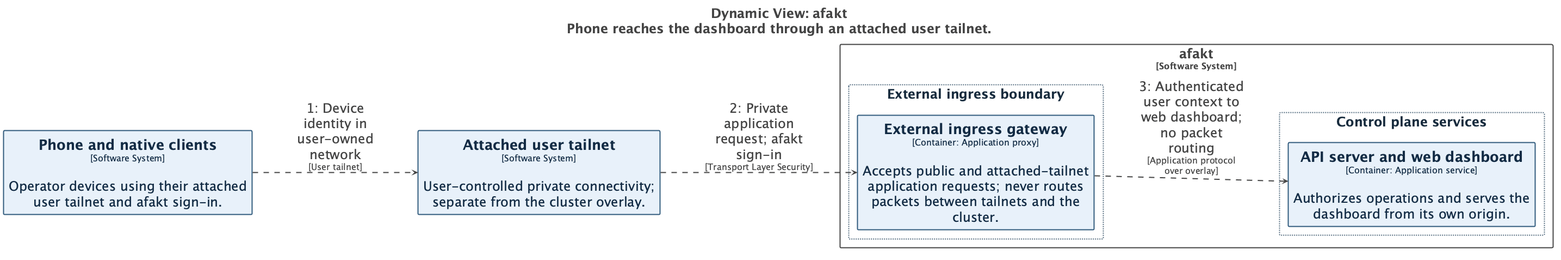
Before: docs/diagrams/structurizr-network-flow-phone.png, a diagram exported from PlantUML (tbhb-dev/afakt). Its source is kept beside it as docs/diagrams/structurizr-network-flow-phone.puml. Source of this version:
```plantuml
@startuml
title <size:24>Dynamic View: afakt</size>\n<size:24>Phone reaches the dashboard through an attached user tailnet.</size>

set separator none
left to right direction
skinparam ranksep 20
skinparam nodesep 5
hide stereotype

skinparam {
  nodesep 80
  ranksep 160
}

<style>
  root {
    BackgroundColor: #ffffff;
    FontColor: #444444;
  }
  // Element,Topology
  .Element-RWxlbWVudCxUb3BvbG9neQ== {
    BackgroundColor: #e8f1fa;
    LineColor: #315b7d;
    LineStyle: 0;
    LineThickness: 2;
    FontColor: #122b44;
    FontSize: 24;
    HorizontalAlignment: center;
    Shadowing: 0;
    MaximumWidth: 450;
  }
  // Relationship
  .Relationship-UmVsYXRpb25zaGlw {
    LineThickness: 2;
    LineStyle: 10-10;
    LineColor: #444444;
    FontColor: #444444;
    FontSize: 24;
    MaximumWidth: 200;
  }
  // afakt
  .Boundary-YWZha3Q= {
    BackgroundColor: #ffffff;
    LineColor: #444444;
    LineStyle: 0;
    LineThickness: 2;
    FontColor: #444444;
    FontSize: 24;
    HorizontalAlignment: center;
    Shadowing: 0;
  }
  // Control plane services
  .Group-Q29udHJvbCBwbGFuZSBzZXJ2aWNlcw== {
    BackgroundColor: #ffffff;
    LineColor: #536b7e;
    LineStyle: 2-2;
    LineThickness: 2;
    FontColor: #182c3e;
    FontSize: 24;
    HorizontalAlignment: center;
    Shadowing: 0;
  }
  // External ingress boundary
  .Group-RXh0ZXJuYWwgaW5ncmVzcyBib3VuZGFyeQ== {
    BackgroundColor: #ffffff;
    LineColor: #536b7e;
    LineStyle: 2-2;
    LineThickness: 2;
    FontColor: #182c3e;
    FontSize: 24;
    HorizontalAlignment: center;
    Shadowing: 0;
  }
</style>

rectangle "afakt\n<size:16>[Software System]</size>" <<Boundary-YWZha3Q=>> {
  rectangle "Control plane services" <<Group-Q29udHJvbCBwbGFuZSBzZXJ2aWNlcw==>> as group16 {
    rectangle "==API server and web dashboard\n<size:16>[Container: Application service]</size>\n\nAuthorizes operations and serves the dashboard from its own origin." <<Element-RWxlbWVudCxUb3BvbG9neQ==>> as afakt.APIserverandwebdashboard
  }

  rectangle "External ingress boundary" <<Group-RXh0ZXJuYWwgaW5ncmVzcyBib3VuZGFyeQ==>> as group17 {
    rectangle "==External ingress gateway\n<size:16>[Container: Application proxy]</size>\n\nAccepts public and attached-tailnet application requests; never routes packets between tailnets and the cluster." <<Element-RWxlbWVudCxUb3BvbG9neQ==>> as afakt.Externalingressgateway
  }

}

rectangle "==Phone and native clients\n<size:16>[Software System]</size>\n\nOperator devices using their attached user tailnet and afakt sign-in." <<Element-RWxlbWVudCxUb3BvbG9neQ==>> as Phoneandnativeclients
rectangle "==Attached user tailnet\n<size:16>[Software System]</size>\n\nUser-controlled private connectivity; separate from the cluster overlay." <<Element-RWxlbWVudCxUb3BvbG9neQ==>> as Attachedusertailnet

Phoneandnativeclients --> Attachedusertailnet <<Relationship-UmVsYXRpb25zaGlw>> : "1: Device identity in user-owned network\n<size:16>[User tailnet]</size>"
Attachedusertailnet --> afakt.Externalingressgateway <<Relationship-UmVsYXRpb25zaGlw>> : "2: Private application request; afakt sign-in\n<size:16>[Transport Layer Security]</size>"
afakt.Externalingressgateway --> afakt.APIserverandwebdashboard <<Relationship-UmVsYXRpb25zaGlw>> : "3: Authenticated user context to web dashboard; no packet routing\n<size:16>[Application protocol over overlay]</size>"

@enduml
```
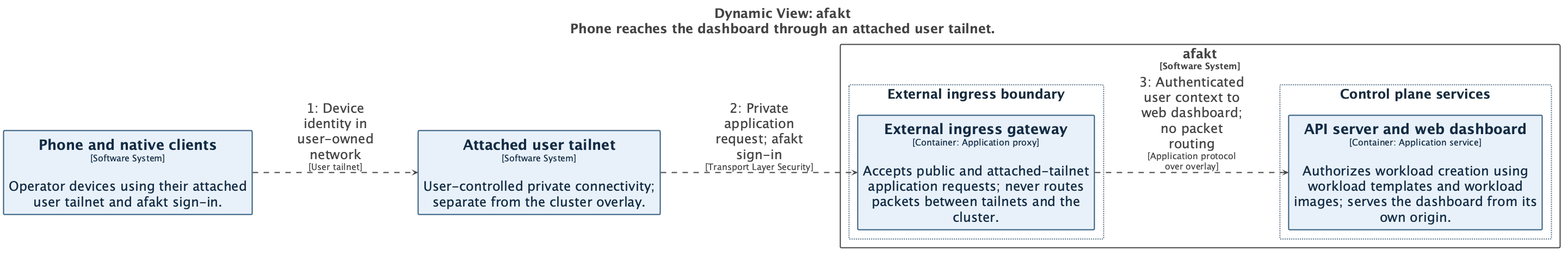
After the commit.

What changed in the source:
```diff
@@ -75,7 +75,7 @@
 
 rectangle "afakt\n<size:16>[Software System]</size>" <<Boundary-YWZha3Q=>> {
   rectangle "Control plane services" <<Group-Q29udHJvbCBwbGFuZSBzZXJ2aWNlcw==>> as group16 {
-    rectangle "==API server and web dashboard\n<size:16>[Container: Application service]</size>\n\nAuthorizes operations and serves the dashboard from its own origin." <<Element-RWxlbWVudCxUb3BvbG9neQ==>> as afakt.APIserverandwebdashboard
+    rectangle "==API server and web dashboard\n<size:16>[Container: Application service]</size>\n\nAuthorizes workload creation using workload templates and workload images; serves the dashboard from its own origin." <<Element-RWxlbWVudCxUb3BvbG9neQ==>> as afakt.APIserverandwebdashboard
   }
 
   rectangle "External ingress boundary" <<Group-RXh0ZXJuYWwgaW5ncmVzcyBib3VuZGFyeQ==>> as group17 {
```
